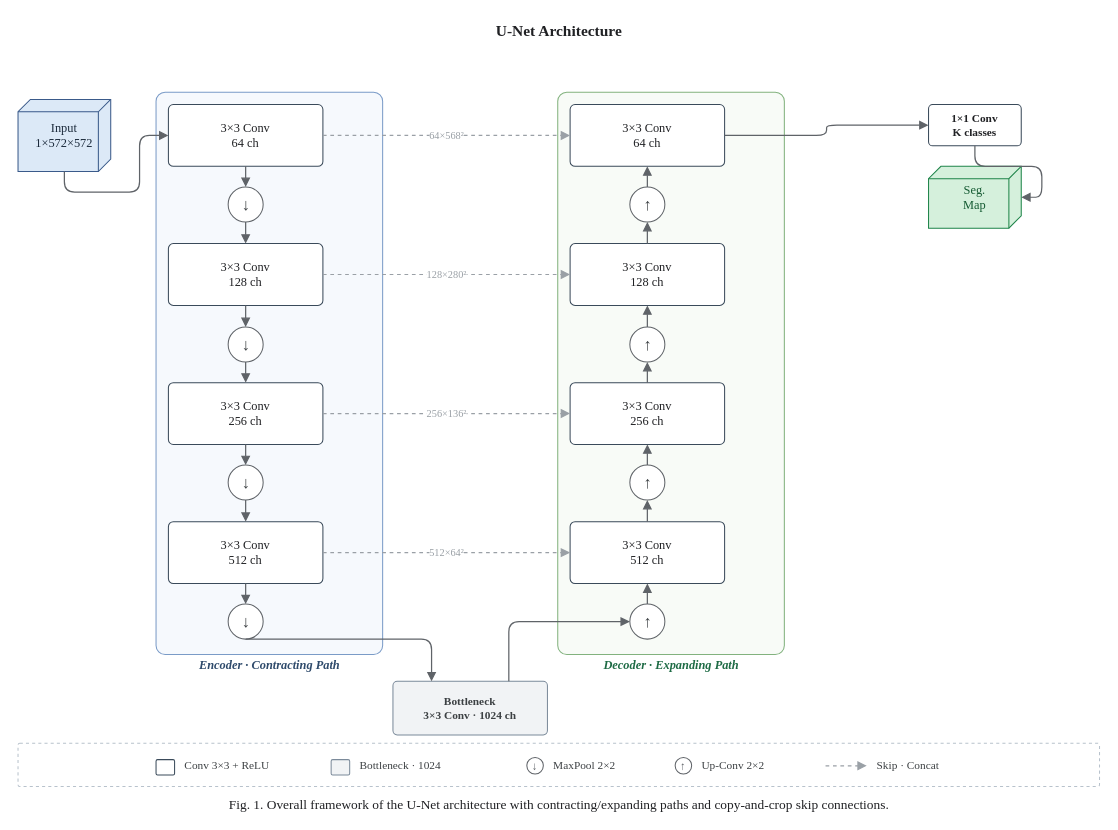
luesther655-dotcom/ccfa-arch-diagram keeps this draw.io diagram as examples/unet.drawio. Above is the earlier version. Source tidied: cells renumbered, new cells numbered last; positions are measured from the earlier drawing's top-left corner, leaving out a move shared by most shapes. Both pictures are drawn from the tidied source at 103%, with x=0, y=0 at pixel (18, 18).
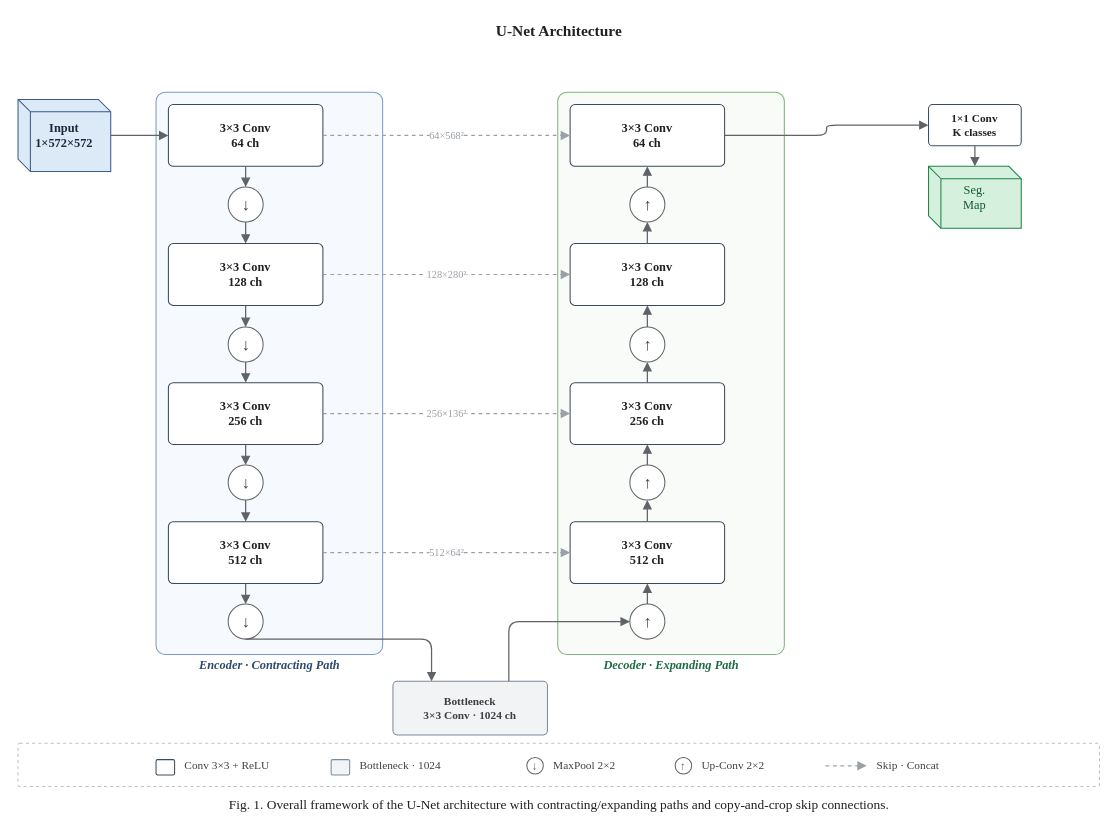
The same page after the edit.

Change to the diagram source:
```diff
@@
-    <mxCell id="7" value="Input&lt;br&gt;1×572×572" style="shape=cube;size=12;direction=south;spacing=4;whiteSpace=wrap;html=1;fillColor=#DCE9F7;strokeColor=#3A5A8A;fontColor=#1B2A3B;fontFamily=Times New Roman;fontSize=12;verticalAlign=middle;align=center;" parent="1" vertex="1">
+    <mxCell id="7" value="Input&lt;br&gt;1×572×572" style="shape=cube;size=12;spacing=4;whiteSpace=wrap;html=1;fillColor=#DCE9F7;strokeColor=#3A5A8A;fontColor=#1B2A3B;fontFamily=Times New Roman;fontSize=12;verticalAlign=middle;align=center;fontStyle=1;" parent="1" vertex="1">
       <mxGeometry y="79" width="90" height="70" as="geometry" />
     </mxCell>
@@
-    <mxCell id="9" value="Seg.&lt;br&gt;Map" style="shape=cube;size=12;direction=south;spacing=4;whiteSpace=wrap;html=1;fillColor=#D5F0DC;strokeColor=#1E8449;fontColor=#145A32;fontFamily=Times New Roman;fontSize=12;verticalAlign=middle;align=center;" parent="1" vertex="1">
+    <mxCell id="9" value="Seg.&lt;br&gt;Map" style="shape=cube;size=12;spacing=4;whiteSpace=wrap;html=1;fillColor=#D5F0DC;strokeColor=#1E8449;fontColor=#145A32;fontFamily=Times New Roman;fontSize=12;verticalAlign=middle;align=center;" parent="1" vertex="1">
       <mxGeometry x="884" y="144" width="90" height="60" as="geometry" />
     </mxCell>
-    <mxCell id="10" value="3×3 Conv&lt;br&gt;64 ch" style="rounded=1;arcSize=8;spacing=4;whiteSpace=wrap;html=1;fillColor=#FFFFFF;strokeColor=#3A4A5A;fontColor=#202124;fontFamily=Times New Roman;fontSize=12;verticalAlign=middle;align=center;" parent="1" vertex="1">
+    <mxCell id="10" value="3×3 Conv&lt;br&gt;64 ch" style="rounded=1;arcSize=8;spacing=4;whiteSpace=wrap;html=1;fillColor=#FFFFFF;strokeColor=#3A4A5A;fontColor=#202124;fontFamily=Times New Roman;fontSize=12;verticalAlign=middle;align=center;fontStyle=1;" parent="1" vertex="1">
       <mxGeometry x="146" y="84" width="150" height="60" as="geometry" />
     </mxCell>
@@
-    <mxCell id="12" value="3×3 Conv&lt;br&gt;128 ch" style="rounded=1;arcSize=8;spacing=4;whiteSpace=wrap;html=1;fillColor=#FFFFFF;strokeColor=#3A4A5A;fontColor=#202124;fontFamily=Times New Roman;fontSize=12;verticalAlign=middle;align=center;" parent="1" vertex="1">
+    <mxCell id="12" value="3×3 Conv&lt;br&gt;128 ch" style="rounded=1;arcSize=8;spacing=4;whiteSpace=wrap;html=1;fillColor=#FFFFFF;strokeColor=#3A4A5A;fontColor=#202124;fontFamily=Times New Roman;fontSize=12;verticalAlign=middle;align=center;fontStyle=1;" parent="1" vertex="1">
       <mxGeometry x="146" y="219" width="150" height="60" as="geometry" />
     </mxCell>
@@
-    <mxCell id="14" value="3×3 Conv&lt;br&gt;256 ch" style="rounded=1;arcSize=8;spacing=4;whiteSpace=wrap;html=1;fillColor=#FFFFFF;strokeColor=#3A4A5A;fontColor=#202124;fontFamily=Times New Roman;fontSize=12;verticalAlign=middle;align=center;" parent="1" vertex="1">
+    <mxCell id="14" value="3×3 Conv&lt;br&gt;256 ch" style="rounded=1;arcSize=8;spacing=4;whiteSpace=wrap;html=1;fillColor=#FFFFFF;strokeColor=#3A4A5A;fontColor=#202124;fontFamily=Times New Roman;fontSize=12;verticalAlign=middle;align=center;fontStyle=1;" parent="1" vertex="1">
       <mxGeometry x="146" y="354" width="150" height="60" as="geometry" />
     </mxCell>
@@
-    <mxCell id="16" value="3×3 Conv&lt;br&gt;512 ch" style="rounded=1;arcSize=8;spacing=4;whiteSpace=wrap;html=1;fillColor=#FFFFFF;strokeColor=#3A4A5A;fontColor=#202124;fontFamily=Times New Roman;fontSize=12;verticalAlign=middle;align=center;" parent="1" vertex="1">
+    <mxCell id="16" value="3×3 Conv&lt;br&gt;512 ch" style="rounded=1;arcSize=8;spacing=4;whiteSpace=wrap;html=1;fillColor=#FFFFFF;strokeColor=#3A4A5A;fontColor=#202124;fontFamily=Times New Roman;fontSize=12;verticalAlign=middle;align=center;fontStyle=1;" parent="1" vertex="1">
       <mxGeometry x="146" y="489" width="150" height="60" as="geometry" />
     </mxCell>
@@
-    <mxCell id="20" value="3×3 Conv&lt;br&gt;512 ch" style="rounded=1;arcSize=8;spacing=4;whiteSpace=wrap;html=1;fillColor=#FFFFFF;strokeColor=#3A4A5A;fontColor=#202124;fontFamily=Times New Roman;fontSize=12;verticalAlign=middle;align=center;" parent="1" vertex="1">
+    <mxCell id="20" value="3×3 Conv&lt;br&gt;512 ch" style="rounded=1;arcSize=8;spacing=4;whiteSpace=wrap;html=1;fillColor=#FFFFFF;strokeColor=#3A4A5A;fontColor=#202124;fontFamily=Times New Roman;fontSize=12;verticalAlign=middle;align=center;fontStyle=1;" parent="1" vertex="1">
       <mxGeometry x="536" y="489" width="150" height="60" as="geometry" />
     </mxCell>
@@
-    <mxCell id="22" value="3×3 Conv&lt;br&gt;256 ch" style="rounded=1;arcSize=8;spacing=4;whiteSpace=wrap;html=1;fillColor=#FFFFFF;strokeColor=#3A4A5A;fontColor=#202124;fontFamily=Times New Roman;fontSize=12;verticalAlign=middle;align=center;" parent="1" vertex="1">
+    <mxCell id="22" value="3×3 Conv&lt;br&gt;256 ch" style="rounded=1;arcSize=8;spacing=4;whiteSpace=wrap;html=1;fillColor=#FFFFFF;strokeColor=#3A4A5A;fontColor=#202124;fontFamily=Times New Roman;fontSize=12;verticalAlign=middle;align=center;fontStyle=1;" parent="1" vertex="1">
       <mxGeometry x="536" y="354" width="150" height="60" as="geometry" />
     </mxCell>
@@
-    <mxCell id="24" value="3×3 Conv&lt;br&gt;128 ch" style="rounded=1;arcSize=8;spacing=4;whiteSpace=wrap;html=1;fillColor=#FFFFFF;strokeColor=#3A4A5A;fontColor=#202124;fontFamily=Times New Roman;fontSize=12;verticalAlign=middle;align=center;" parent="1" vertex="1">
+    <mxCell id="24" value="3×3 Conv&lt;br&gt;128 ch" style="rounded=1;arcSize=8;spacing=4;whiteSpace=wrap;html=1;fillColor=#FFFFFF;strokeColor=#3A4A5A;fontColor=#202124;fontFamily=Times New Roman;fontSize=12;verticalAlign=middle;align=center;fontStyle=1;" parent="1" vertex="1">
       <mxGeometry x="536" y="219" width="150" height="60" as="geometry" />
     </mxCell>
@@
-    <mxCell id="26" value="3×3 Conv&lt;br&gt;64 ch" style="rounded=1;arcSize=8;spacing=4;whiteSpace=wrap;html=1;fillColor=#FFFFFF;strokeColor=#3A4A5A;fontColor=#202124;fontFamily=Times New Roman;fontSize=12;verticalAlign=middle;align=center;" parent="1" vertex="1">
+    <mxCell id="26" value="3×3 Conv&lt;br&gt;64 ch" style="rounded=1;arcSize=8;spacing=4;whiteSpace=wrap;html=1;fillColor=#FFFFFF;strokeColor=#3A4A5A;fontColor=#202124;fontFamily=Times New Roman;fontSize=12;verticalAlign=middle;align=center;fontStyle=1;" parent="1" vertex="1">
       <mxGeometry x="536" y="84" width="150" height="60" as="geometry" />
     </mxCell>
```
